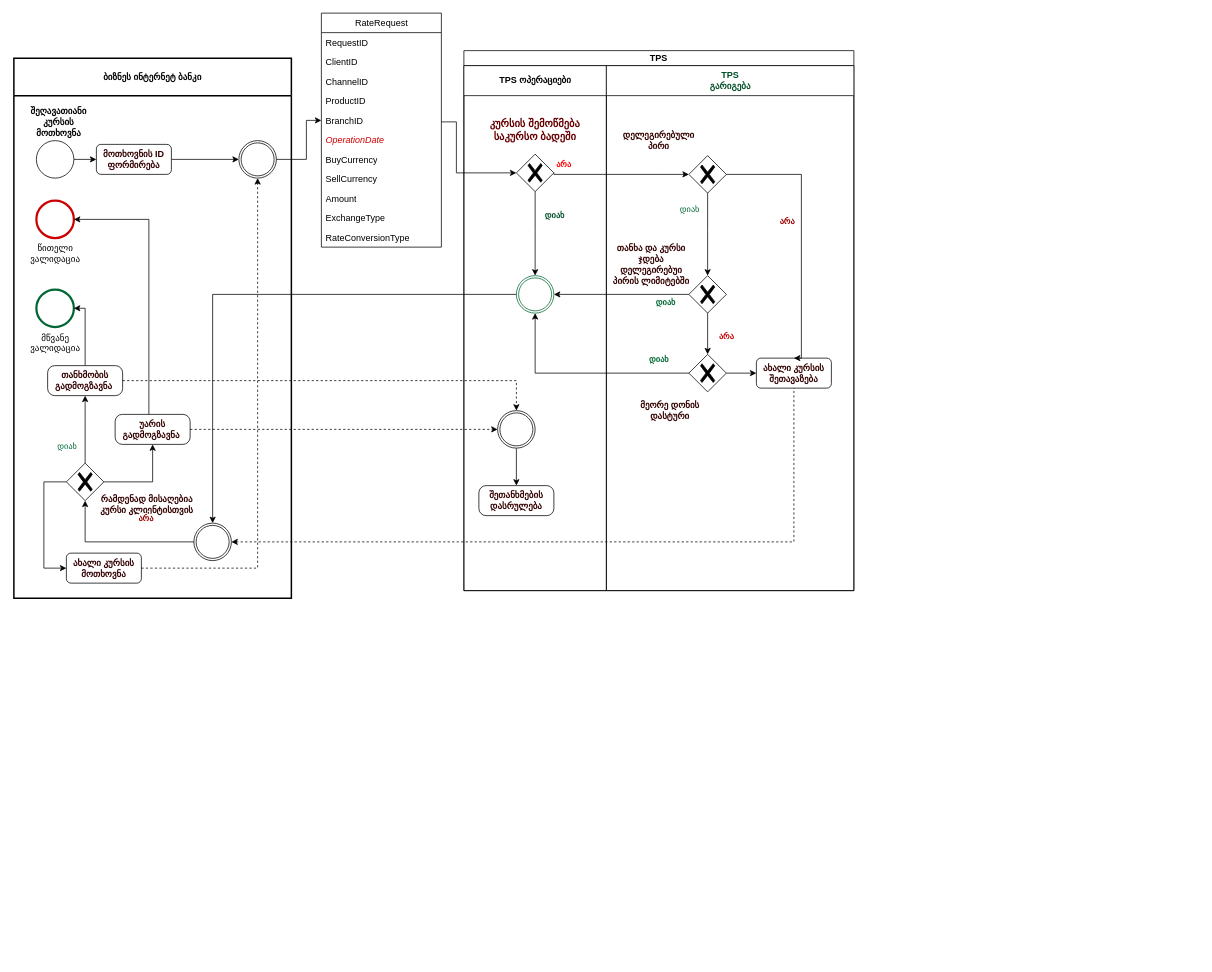
The draw.io diagram page "შეღავათიანიi კურსზე შეთანხმება" (1 of 4) of RateDealProcessDiagram.drawio in vaso514d/drawio, before the edit. Source tidied: cells renumbered, new cells numbered last; positions are measured from the earlier drawing's top-left corner, leaving out a move shared by most shapes. Both pictures are drawn from the tidied source at 75%, with x=0, y=0 at pixel (14, 13).
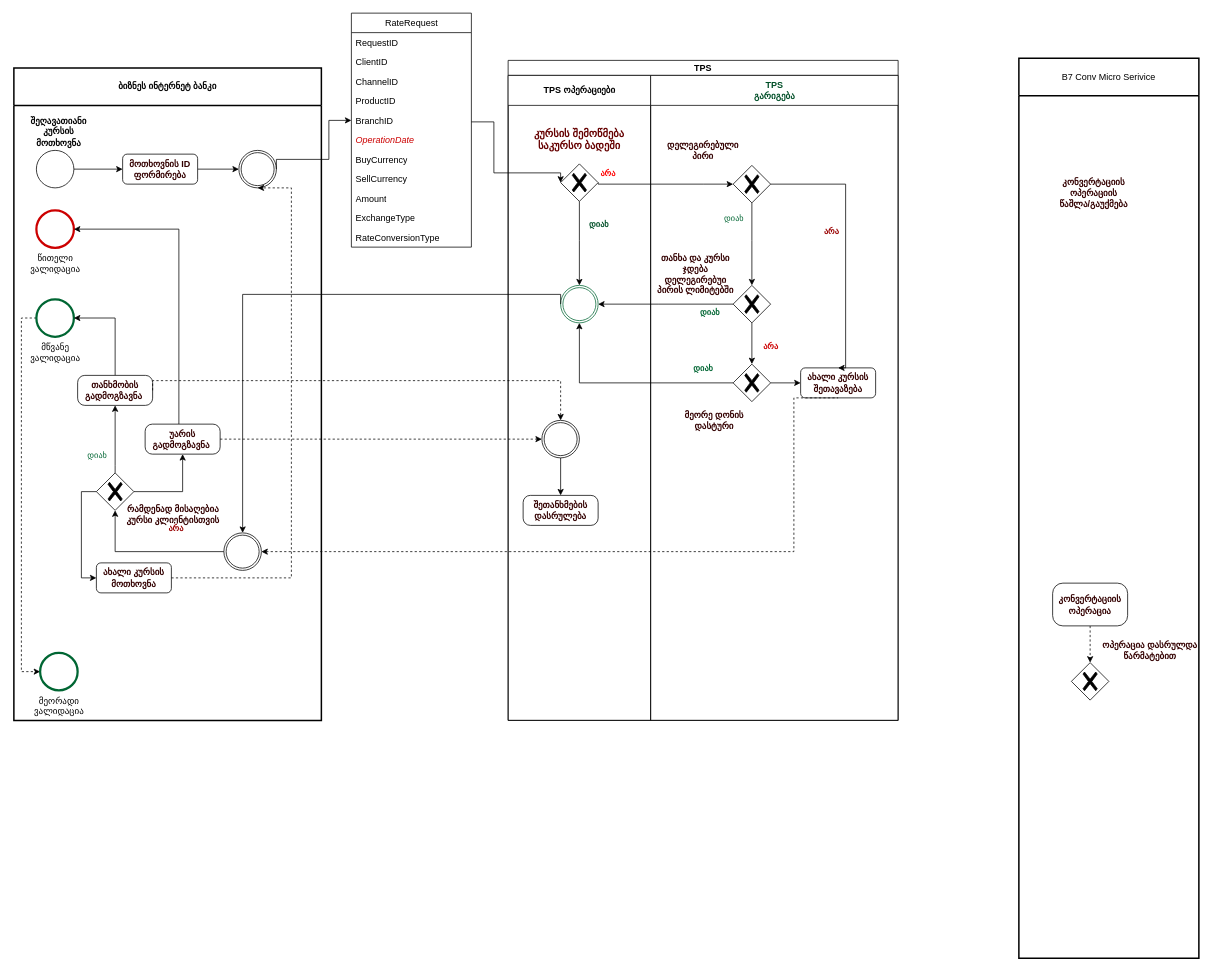
The same diagram, later.

Unchanged cells that the change refers to:
```xml
<mxCell id="3" value="წითელი&lt;br&gt;ვალიდაცია" style="points=[[0.145,0.145,0],[0.5,0,0],[0.855,0.145,0],[1,0.5,0],[0.855,0.855,0],[0.5,1,0],[0.145,0.855,0],[0,0.5,0]];shape=mxgraph.bpmn.event;html=1;verticalLabelPosition=bottom;labelBackgroundColor=#ffffff;verticalAlign=top;align=center;perimeter=ellipsePerimeter;outlineConnect=0;outline=end;symbol=terminate2;strokeColor=#CC0000;" parent="2" vertex="1">
  <mxGeometry x="30" y="190" width="50" height="50" as="geometry" />
</mxCell>
<mxCell id="4" value="მწვანე&lt;br&gt;ვალიდაცია" style="points=[[0.145,0.145,0],[0.5,0,0],[0.855,0.145,0],[1,0.5,0],[0.855,0.855,0],[0.5,1,0],[0.145,0.855,0],[0,0.5,0]];shape=mxgraph.bpmn.event;html=1;verticalLabelPosition=bottom;labelBackgroundColor=#ffffff;verticalAlign=top;align=center;perimeter=ellipsePerimeter;outlineConnect=0;outline=end;symbol=terminate2;fontColor=#000000;strokeColor=#006633;" parent="2" vertex="1">
  <mxGeometry x="30" y="308.5" width="50" height="50" as="geometry" />
</mxCell>
<mxCell id="14" style="points=[[0.145,0.145,0],[0.5,0,0],[0.855,0.145,0],[1,0.5,0],[0.855,0.855,0],[0.5,1,0],[0.145,0.855,0],[0,0.5,0]];shape=mxgraph.bpmn.event;html=1;verticalLabelPosition=bottom;labelBackgroundColor=#ffffff;verticalAlign=top;align=center;perimeter=ellipsePerimeter;outlineConnect=0;outline=throwing;symbol=general;fontSize=12;" parent="2" vertex="1">
  <mxGeometry x="300" y="110" width="50" height="50" as="geometry" />
</mxCell>
<mxCell id="34" style="points=[[0.25,0.25,0],[0.5,0,0],[0.75,0.25,0],[1,0.5,0],[0.75,0.75,0],[0.5,1,0],[0.25,0.75,0],[0,0.5,0]];shape=mxgraph.bpmn.gateway2;html=1;verticalLabelPosition=bottom;labelBackgroundColor=#ffffff;verticalAlign=top;align=center;perimeter=rhombusPerimeter;outlineConnect=0;outline=none;symbol=none;gwType=exclusive;" parent="33" vertex="1">
  <mxGeometry x="70" y="118" width="50" height="50" as="geometry" />
</mxCell>
<mxCell id="35" style="points=[[0.145,0.145,0],[0.5,0,0],[0.855,0.145,0],[1,0.5,0],[0.855,0.855,0],[0.5,1,0],[0.145,0.855,0],[0,0.5,0]];shape=mxgraph.bpmn.event;html=1;verticalLabelPosition=bottom;labelBackgroundColor=#ffffff;verticalAlign=top;align=center;perimeter=ellipsePerimeter;outlineConnect=0;outline=throwing;symbol=general;strokeColor=#006633;" parent="33" vertex="1">
  <mxGeometry x="70" y="280" width="50" height="50" as="geometry" />
</mxCell>
<mxCell id="41" style="points=[[0.145,0.145,0],[0.5,0,0],[0.855,0.145,0],[1,0.5,0],[0.855,0.855,0],[0.5,1,0],[0.145,0.855,0],[0,0.5,0]];shape=mxgraph.bpmn.event;html=1;verticalLabelPosition=bottom;labelBackgroundColor=#ffffff;verticalAlign=top;align=center;perimeter=ellipsePerimeter;outlineConnect=0;outline=throwing;symbol=general;fontSize=12;" parent="33" vertex="1">
  <mxGeometry x="45" y="460" width="50" height="50" as="geometry" />
</mxCell>
<mxCell id="64" value="BranchID" style="text;strokeColor=none;fillColor=none;align=left;verticalAlign=top;spacingLeft=4;spacingRight=4;overflow=hidden;points=[[0,0.5],[1,0.5]];portConstraint=eastwest;whiteSpace=wrap;html=1;fontColor=#000000;" parent="59" vertex="1">
  <mxGeometry y="130" width="160" height="26" as="geometry" />
</mxCell>
```

What changed in the source:
```diff
@@
     <mxCell id="2" value="&lt;b&gt;ბიზნეს ინტერნეტ ბანკი&lt;/b&gt;" style="swimlane;html=1;startSize=50;fontStyle=0;horizontal=1;swimlaneLine=1;strokeWidth=2;swimlaneFillColor=#ffffff;whiteSpace=wrap;" parent="1" vertex="1">
-      <mxGeometry y="60" width="370" height="720" as="geometry" />
+      <mxGeometry y="73" width="410" height="870" as="geometry" />
     </mxCell>
@@
+    <mxCell id="74" style="edgeStyle=orthogonalEdgeStyle;rounded=0;jettySize=auto;html=1;entryX=0;entryY=0.5;entryDx=0;entryDy=0;entryPerimeter=0;dashed=1;fontColor=#00331A;" parent="2" edge="1" source="4" target="75">
+      <mxGeometry relative="1" as="geometry">
+        <Array as="points">
+          <mxPoint x="10" y="334" />
+          <mxPoint x="10" y="805" />
+        </Array>
+      </mxGeometry>
+    </mxCell>
@@
     <mxCell id="5" style="points=[[0.25,0.25,0],[0.5,0,0],[0.75,0.25,0],[1,0.5,0],[0.75,0.75,0],[0.5,1,0],[0.25,0.75,0],[0,0.5,0]];shape=mxgraph.bpmn.gateway2;html=1;verticalLabelPosition=bottom;labelBackgroundColor=#ffffff;verticalAlign=top;align=center;perimeter=rhombusPerimeter;outlineConnect=0;outline=none;symbol=none;gwType=exclusive;fontColor=#006633;" parent="2" vertex="1">
-      <mxGeometry x="70" y="540" width="50" height="50" as="geometry" />
+      <mxGeometry x="110" y="540" width="50" height="50" as="geometry" />
     </mxCell>
     <mxCell id="6" style="edgeStyle=orthogonalEdgeStyle;rounded=0;jettySize=auto;html=1;fontColor=#006633;exitX=0.5;exitY=0;exitDx=0;exitDy=0;exitPerimeter=0;entryX=0.5;entryY=1;entryDx=0;entryDy=0;" parent="2" edge="1" source="5" target="21">
       <mxGeometry relative="1" as="geometry">
         <Array as="points">
-          <mxPoint x="95" y="480" />
-          <mxPoint x="95" y="480" />
+          <mxPoint x="135" y="530" />
+          <mxPoint x="135" y="530" />
         </Array>
       </mxGeometry>
     </mxCell>
@@
     <mxCell id="8" value="&lt;b&gt;ახალი კურსის&lt;br&gt;მოთხოვნა&lt;/b&gt;" style="rounded=1;whiteSpace=wrap;html=1;labelBackgroundColor=none;fontColor=#330000;" parent="2" vertex="1">
-      <mxGeometry x="70" y="660" width="100" height="40" as="geometry" />
+      <mxGeometry x="110" y="660" width="100" height="40" as="geometry" />
     </mxCell>
     <mxCell id="9" style="edgeStyle=orthogonalEdgeStyle;rounded=0;jettySize=auto;html=1;fontColor=#990000;entryX=0;entryY=0.5;entryDx=0;entryDy=0;exitX=0;exitY=0.5;exitDx=0;exitDy=0;exitPerimeter=0;" parent="2" edge="1" source="5" target="8">
       <mxGeometry relative="1" as="geometry">
         <Array as="points">
-          <mxPoint x="40" y="565" />
-          <mxPoint x="40" y="680" />
+          <mxPoint x="90" y="565" />
+          <mxPoint x="90" y="680" />
         </Array>
       </mxGeometry>
     </mxCell>
     <mxCell id="10" value="რამდენად მისაღებია&lt;br&gt;კურსი კლიენტისთვის" style="text;html=1;strokeColor=none;fillColor=none;align=center;verticalAlign=middle;whiteSpace=wrap;rounded=0;fontColor=#330000;fontStyle=1;" parent="2" vertex="1">
-      <mxGeometry x="110" y="580" width="135" height="30" as="geometry" />
+      <mxGeometry x="145" y="580" width="135" height="30" as="geometry" />
     </mxCell>
     <mxCell id="11" style="edgeStyle=orthogonalEdgeStyle;rounded=0;jettySize=auto;html=1;fontColor=#006633;exitX=1;exitY=0.5;exitDx=0;exitDy=0;exitPerimeter=0;entryX=0.5;entryY=1;entryDx=0;entryDy=0;" parent="2" edge="1" source="5" target="25">
       <mxGeometry relative="1" as="geometry">
         <Array as="points">
-          <mxPoint x="185" y="565" />
+          <mxPoint x="225" y="565" />
         </Array>
       </mxGeometry>
     </mxCell>
@@
     <mxCell id="15" style="edgeStyle=orthogonalEdgeStyle;rounded=0;jettySize=auto;html=1;fontColor=#990000;dashed=1;exitX=1;exitY=0.5;exitDx=0;exitDy=0;entryX=0.5;entryY=1;entryDx=0;entryDy=0;entryPerimeter=0;" parent="2" edge="1" source="8" target="14">
       <mxGeometry relative="1" as="geometry">
         <Array as="points">
-          <mxPoint x="325" y="680" />
+          <mxPoint x="370" y="680" />
+          <mxPoint x="370" y="160" />
         </Array>
       </mxGeometry>
     </mxCell>
@@
     <mxCell id="17" value="&lt;b&gt;მოთხოვნის ID ფორმირება&lt;/b&gt;" style="rounded=1;whiteSpace=wrap;html=1;labelBackgroundColor=none;fontColor=#330000;" parent="2" vertex="1">
-      <mxGeometry x="110" y="115" width="100" height="40" as="geometry" />
+      <mxGeometry x="145" y="115" width="100" height="40" as="geometry" />
     </mxCell>
@@
     <mxCell id="20" style="edgeStyle=orthogonalEdgeStyle;rounded=0;jettySize=auto;html=1;fontColor=#990000;entryX=1;entryY=0.5;entryDx=0;entryDy=0;entryPerimeter=0;exitX=0.5;exitY=0;exitDx=0;exitDy=0;" parent="2" edge="1" source="21" target="4">
       <mxGeometry relative="1" as="geometry">
         <Array as="points">
-          <mxPoint x="95" y="334" />
+          <mxPoint x="135" y="334" />
         </Array>
       </mxGeometry>
     </mxCell>
     <mxCell id="21" value="&lt;b&gt;თანხმობის გადმოგზავნა&amp;nbsp;&lt;/b&gt;" style="rounded=1;whiteSpace=wrap;html=1;labelBackgroundColor=none;fontColor=#330000;arcSize=24;" parent="2" vertex="1">
-      <mxGeometry x="45" y="410" width="100" height="40" as="geometry" />
+      <mxGeometry x="85" y="410" width="100" height="40" as="geometry" />
     </mxCell>
@@
     <mxCell id="23" style="points=[[0.145,0.145,0],[0.5,0,0],[0.855,0.145,0],[1,0.5,0],[0.855,0.855,0],[0.5,1,0],[0.145,0.855,0],[0,0.5,0]];shape=mxgraph.bpmn.event;html=1;verticalLabelPosition=bottom;labelBackgroundColor=#ffffff;verticalAlign=top;align=center;perimeter=ellipsePerimeter;outlineConnect=0;outline=throwing;symbol=general;fontSize=12;" parent="2" vertex="1">
-      <mxGeometry x="240" y="620" width="50" height="50" as="geometry" />
+      <mxGeometry x="280" y="620" width="50" height="50" as="geometry" />
     </mxCell>
     <mxCell id="24" style="edgeStyle=orthogonalEdgeStyle;rounded=0;jettySize=auto;html=1;entryX=1;entryY=0.5;entryDx=0;entryDy=0;entryPerimeter=0;" parent="2" edge="1" source="25" target="3">
       <mxGeometry relative="1" as="geometry">
         <Array as="points">
-          <mxPoint x="180" y="215" />
+          <mxPoint x="220" y="215" />
         </Array>
       </mxGeometry>
     </mxCell>
     <mxCell id="25" value="&lt;b&gt;უარის გადმოგზავნა&amp;nbsp;&lt;/b&gt;" style="rounded=1;whiteSpace=wrap;html=1;labelBackgroundColor=none;fontColor=#330000;arcSize=24;" parent="2" vertex="1">
-      <mxGeometry x="135" y="475" width="100" height="40" as="geometry" />
+      <mxGeometry x="175" y="475" width="100" height="40" as="geometry" />
     </mxCell>
+    <mxCell id="75" value="მეორადი&lt;br&gt;ვალიდაცია" style="points=[[0.145,0.145,0],[0.5,0,0],[0.855,0.145,0],[1,0.5,0],[0.855,0.855,0],[0.5,1,0],[0.145,0.855,0],[0,0.5,0]];shape=mxgraph.bpmn.event;html=1;verticalLabelPosition=bottom;labelBackgroundColor=#ffffff;verticalAlign=top;align=center;perimeter=ellipsePerimeter;outlineConnect=0;outline=end;symbol=terminate2;fontColor=#000000;strokeColor=#006633;" parent="2" vertex="1">
+      <mxGeometry x="35" y="780" width="50" height="50" as="geometry" />
+    </mxCell>
     <mxCell id="26" value="TPS" style="swimlane;html=1;startSize=20;whiteSpace=wrap;" parent="1" vertex="1">
-      <mxGeometry x="600" y="50" width="520" height="720" as="geometry" />
+      <mxGeometry x="659" y="63" width="520" height="880" as="geometry" />
     </mxCell>
@@
     <mxCell id="33" value="TPS ოპერაციები" style="swimlane;html=1;startSize=40;" parent="26" vertex="1">
-      <mxGeometry y="20" width="190" height="700" as="geometry" />
+      <mxGeometry y="20" width="190" height="860" as="geometry" />
     </mxCell>
@@
     <mxCell id="42" value="&lt;b style=&quot;border-color: var(--border-color); color: rgb(0, 79, 40);&quot;&gt;TPS&lt;br style=&quot;border-color: var(--border-color);&quot;&gt;გარიგება&lt;/b&gt;" style="swimlane;html=1;startSize=40;" parent="26" vertex="1">
-      <mxGeometry x="190" y="20" width="330" height="700" as="geometry" />
+      <mxGeometry x="190" y="20" width="330" height="860" as="geometry" />
     </mxCell>
@@
     <mxCell id="56" style="edgeStyle=orthogonalEdgeStyle;rounded=0;jettySize=auto;html=1;entryX=0.5;entryY=0;entryDx=0;entryDy=0;entryPerimeter=0;fontColor=#004F28;exitX=0;exitY=0.5;exitDx=0;exitDy=0;exitPerimeter=0;" parent="1" edge="1" source="35" target="23">
       <mxGeometry relative="1" as="geometry">
         <Array as="points">
-          <mxPoint x="265" y="375" />
+          <mxPoint x="305" y="375" />
         </Array>
       </mxGeometry>
     </mxCell>
@@
     <mxCell id="58" style="edgeStyle=orthogonalEdgeStyle;rounded=0;jettySize=auto;html=1;entryX=0;entryY=0.5;entryDx=0;entryDy=0;entryPerimeter=0;fontColor=#CC0000;exitX=1;exitY=0.577;exitDx=0;exitDy=0;exitPerimeter=0;" parent="1" edge="1" source="64" target="34">
       <mxGeometry relative="1" as="geometry">
         <Array as="points">
-          <mxPoint x="590" y="145" />
-          <mxPoint x="590" y="213" />
+          <mxPoint x="640" y="145" />
+          <mxPoint x="640" y="213" />
         </Array>
       </mxGeometry>
     </mxCell>
     <mxCell id="59" value="RateRequest" style="swimlane;fontStyle=0;horizontal=1;startSize=26;fillColor=none;html=1;fontColor=#000000;" parent="1" vertex="1">
-      <mxGeometry x="410" width="160" height="312" as="geometry" />
+      <mxGeometry x="450" width="160" height="312" as="geometry" />
     </mxCell>
@@
     <mxCell id="71" style="edgeStyle=orthogonalEdgeStyle;rounded=0;jettySize=auto;html=1;fontColor=#000000;entryX=0;entryY=0.5;entryDx=0;entryDy=0;exitX=1;exitY=0.5;exitDx=0;exitDy=0;exitPerimeter=0;" parent="1" edge="1" source="14" target="64">
       <mxGeometry relative="1" as="geometry">
         <Array as="points">
-          <mxPoint x="390" y="195" />
-          <mxPoint x="390" y="143" />
+          <mxPoint x="420" y="195" />
+          <mxPoint x="420" y="143" />
         </Array>
       </mxGeometry>
     </mxCell>
     <mxCell id="72" style="edgeStyle=orthogonalEdgeStyle;rounded=0;jettySize=auto;html=1;entryX=0.5;entryY=0;entryDx=0;entryDy=0;fontColor=#990000;exitX=1;exitY=0.5;exitDx=0;exitDy=0;entryPerimeter=0;dashed=1;" parent="1" edge="1" source="21" target="41">
       <mxGeometry relative="1" as="geometry">
         <Array as="points">
-          <mxPoint x="670" y="490" />
-          <mxPoint x="670" y="520" />
+          <mxPoint x="729" y="490" />
         </Array>
       </mxGeometry>
     </mxCell>
@@
+    <mxCell id="76" value="B7 Conv Micro Serivice" style="swimlane;html=1;startSize=50;fontStyle=0;horizontal=1;swimlaneLine=1;strokeWidth=2;swimlaneFillColor=#ffffff;whiteSpace=wrap;" parent="1" vertex="1">
+      <mxGeometry x="1340" y="60" width="240" height="1200" as="geometry" />
+    </mxCell>
+    <mxCell id="77" value="&lt;font color=&quot;#330000&quot;&gt;კონვერტაციის ოპერაციის&lt;br&gt;წაშლა/გაუქმება&lt;br&gt;&lt;/font&gt;" style="text;html=1;strokeColor=none;fillColor=none;align=center;verticalAlign=middle;whiteSpace=wrap;rounded=0;fontColor=#CC0000;fontStyle=1;" parent="76" vertex="1">
+      <mxGeometry x="40" y="160" width="120" height="40" as="geometry" />
+    </mxCell>
+    <mxCell id="78" style="edgeStyle=orthogonalEdgeStyle;rounded=0;jettySize=auto;html=1;entryX=0.5;entryY=0;entryDx=0;entryDy=0;entryPerimeter=0;dashed=1;fontColor=#00331A;" parent="76" edge="1" source="79" target="80">
+      <mxGeometry relative="1" as="geometry" />
+    </mxCell>
+    <mxCell id="79" value="&lt;b&gt;კონვერტაციის&lt;br&gt;ოპერაცია&lt;br&gt;&lt;/b&gt;" style="rounded=1;whiteSpace=wrap;html=1;labelBackgroundColor=none;fontColor=#330000;arcSize=24;" parent="76" vertex="1">
+      <mxGeometry x="45" y="700" width="100" height="57" as="geometry" />
+    </mxCell>
+    <mxCell id="80" style="points=[[0.25,0.25,0],[0.5,0,0],[0.75,0.25,0],[1,0.5,0],[0.75,0.75,0],[0.5,1,0],[0.25,0.75,0],[0,0.5,0]];shape=mxgraph.bpmn.gateway2;html=1;verticalLabelPosition=bottom;labelBackgroundColor=#ffffff;verticalAlign=top;align=center;perimeter=rhombusPerimeter;outlineConnect=0;outline=none;symbol=none;gwType=exclusive;fontColor=#CC0000;" parent="76" vertex="1">
+      <mxGeometry x="70" y="806" width="50" height="50" as="geometry" />
+    </mxCell>
+    <mxCell id="81" value="&lt;font color=&quot;#330000&quot;&gt;ოპერაცია დასრულდა&lt;br&gt;წარმატებით&lt;br&gt;&lt;/font&gt;" style="text;html=1;strokeColor=none;fillColor=none;align=center;verticalAlign=middle;whiteSpace=wrap;rounded=0;fontColor=#CC0000;fontStyle=1;" parent="76" vertex="1">
+      <mxGeometry x="110" y="770" width="130" height="40" as="geometry" />
+    </mxCell>
```
